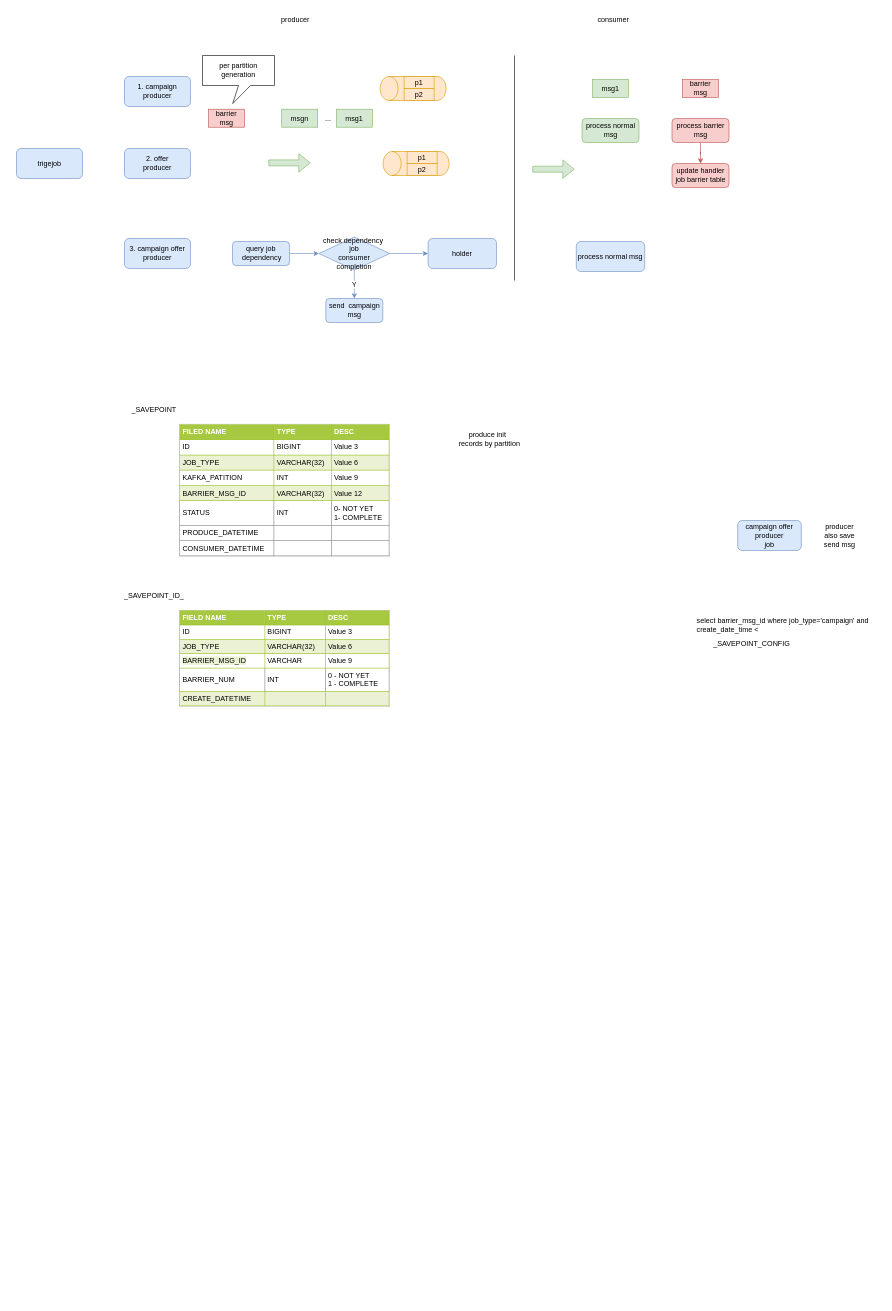
qiufang1314/drawio keeps this draw.io diagram as techlab/handler dependency.drawio. Above is the earlier version. Source tidied: cells renumbered, new cells numbered last; positions are measured from the earlier drawing's top-left corner, leaving out a move shared by most shapes. Both pictures are drawn from the tidied source at 60%, with x=0, y=0 at pixel (16, 10).
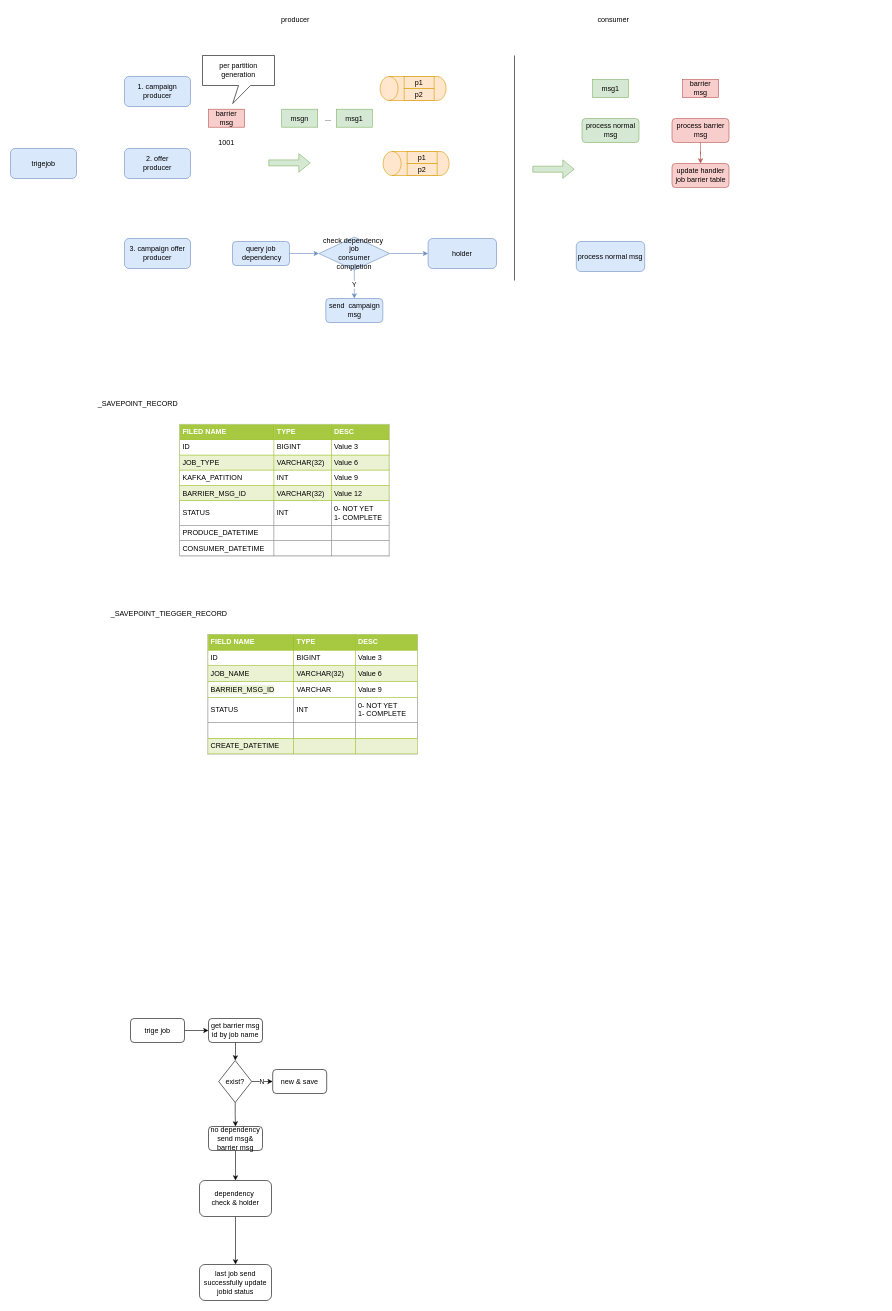
The same page after the edit.

Diff of the diagram source:
```diff
@@
-<mxGraphModel>
+<mxGraphModel background="#FFFFFF">
@@
-    <mxCell id="33" value="_SAVEPOINT_CONFIG" style="text;html=1;strokeColor=none;fillColor=none;align=center;verticalAlign=middle;whiteSpace=wrap;rounded=0;" parent="1" vertex="1">
-      <mxGeometry x="1118" y="1040" width="215" height="30" as="geometry" />
-    </mxCell>
@@
-    <mxCell id="35" value="&lt;table border=&quot;1&quot; width=&quot;100%&quot; height=&quot;100%&quot; cellpadding=&quot;4&quot; style=&quot;width:100%;height:100%;border-collapse:collapse;&quot;&gt;&lt;tbody&gt;&lt;tr style=&quot;background-color:#A7C942;color:#ffffff;border:1px solid #98bf21;&quot;&gt;&lt;th align=&quot;left&quot;&gt;FIELD NAME&lt;/th&gt;&lt;th align=&quot;left&quot;&gt;TYPE&lt;/th&gt;&lt;th align=&quot;left&quot;&gt;DESC&lt;/th&gt;&lt;/tr&gt;&lt;tr style=&quot;border:1px solid #98bf21;&quot;&gt;&lt;td&gt;ID&lt;/td&gt;&lt;td&gt;BIGINT&lt;/td&gt;&lt;td&gt;Value 3&lt;/td&gt;&lt;/tr&gt;&lt;tr style=&quot;background-color:#EAF2D3;border:1px solid #98bf21;&quot;&gt;&lt;td&gt;JOB_TYPE&lt;/td&gt;&lt;td&gt;VARCHAR(32)&lt;/td&gt;&lt;td&gt;Value 6&lt;/td&gt;&lt;/tr&gt;&lt;tr style=&quot;border:1px solid #98bf21;&quot;&gt;&lt;td&gt;&lt;span style=&quot;background-color: rgb(234, 242, 211);&quot;&gt;BARRIER_MSG_ID&lt;/span&gt;&lt;/td&gt;&lt;td&gt;VARCHAR&lt;/td&gt;&lt;td&gt;Value 9&lt;/td&gt;&lt;/tr&gt;&lt;tr&gt;&lt;td&gt;BARRIER_NUM&lt;/td&gt;&lt;td&gt;INT&lt;/td&gt;&lt;td&gt;0 - NOT YET&lt;br&gt;1 - COMPLETE&lt;/td&gt;&lt;/tr&gt;&lt;tr style=&quot;background-color:#EAF2D3;border:1px solid #98bf21;&quot;&gt;&lt;td&gt;CREATE_DATETIME&lt;/td&gt;&lt;td&gt;&lt;br&gt;&lt;/td&gt;&lt;td&gt;&lt;br&gt;&lt;/td&gt;&lt;/tr&gt;&lt;/tbody&gt;&lt;/table&gt;" style="text;html=1;strokeColor=#c0c0c0;fillColor=#ffffff;overflow=fill;rounded=0;" parent="1" vertex="1">
-      <mxGeometry x="272" y="1000" width="350" height="160" as="geometry" />
+    <mxCell id="35" value="&lt;table border=&quot;1&quot; width=&quot;100%&quot; height=&quot;100%&quot; cellpadding=&quot;4&quot; style=&quot;width:100%;height:100%;border-collapse:collapse;&quot;&gt;&lt;tbody&gt;&lt;tr style=&quot;background-color:#A7C942;color:#ffffff;border:1px solid #98bf21;&quot;&gt;&lt;th align=&quot;left&quot;&gt;FIELD NAME&lt;/th&gt;&lt;th align=&quot;left&quot;&gt;TYPE&lt;/th&gt;&lt;th align=&quot;left&quot;&gt;DESC&lt;/th&gt;&lt;/tr&gt;&lt;tr style=&quot;border:1px solid #98bf21;&quot;&gt;&lt;td&gt;ID&lt;/td&gt;&lt;td&gt;BIGINT&lt;/td&gt;&lt;td&gt;Value 3&lt;/td&gt;&lt;/tr&gt;&lt;tr style=&quot;background-color:#EAF2D3;border:1px solid #98bf21;&quot;&gt;&lt;td&gt;JOB_NAME&lt;/td&gt;&lt;td&gt;VARCHAR(32)&lt;/td&gt;&lt;td&gt;Value 6&lt;/td&gt;&lt;/tr&gt;&lt;tr style=&quot;border:1px solid #98bf21;&quot;&gt;&lt;td&gt;&lt;span style=&quot;background-color: rgb(234, 242, 211);&quot;&gt;BARRIER_MSG_ID&lt;/span&gt;&lt;/td&gt;&lt;td&gt;VARCHAR&lt;/td&gt;&lt;td&gt;Value 9&lt;/td&gt;&lt;/tr&gt;&lt;tr&gt;&lt;td&gt;STATUS&lt;br&gt;&lt;/td&gt;&lt;td&gt;INT&lt;/td&gt;&lt;td&gt;0- NOT YET&lt;br&gt;1- COMPLETE&lt;br&gt;&lt;/td&gt;&lt;/tr&gt;&lt;tr&gt;&lt;td&gt;&lt;br&gt;&lt;/td&gt;&lt;td&gt;&lt;/td&gt;&lt;td&gt;&lt;br&gt;&lt;/td&gt;&lt;/tr&gt;&lt;tr style=&quot;background-color:#EAF2D3;border:1px solid #98bf21;&quot;&gt;&lt;td&gt;CREATE_DATETIME&lt;/td&gt;&lt;td&gt;&lt;br&gt;&lt;/td&gt;&lt;td&gt;&lt;br&gt;&lt;/td&gt;&lt;/tr&gt;&lt;/tbody&gt;&lt;/table&gt;" style="text;html=1;strokeColor=#c0c0c0;fillColor=#ffffff;overflow=fill;rounded=0;" parent="1" vertex="1">
+      <mxGeometry x="318.5" y="1040" width="350" height="200" as="geometry" />
     </mxCell>
@@
-    <mxCell id="38" value="_SAVEPOINT" style="text;html=1;strokeColor=none;fillColor=none;align=center;verticalAlign=middle;whiteSpace=wrap;rounded=0;" parent="1" vertex="1">
-      <mxGeometry x="122" y="650.5" width="215" height="30" as="geometry" />
+    <mxCell id="38" value="_SAVEPOINT_RECORD" style="text;html=1;strokeColor=none;fillColor=none;align=center;verticalAlign=middle;whiteSpace=wrap;rounded=0;" parent="1" vertex="1">
+      <mxGeometry x="95" y="640" width="215" height="30" as="geometry" />
     </mxCell>
-    <mxCell id="39" value="select barrier_msg_id where job_type='campaign' and create_date_time &amp;lt;&amp;nbsp;" style="text;html=1;strokeColor=none;fillColor=none;align=left;verticalAlign=middle;whiteSpace=wrap;rounded=0;" parent="1" vertex="1">
-      <mxGeometry x="1132" y="1010" width="310" height="30" as="geometry" />
-    </mxCell>
-    <mxCell id="40" value="campaign offer&lt;br&gt;producer&lt;br&gt;job" style="rounded=1;whiteSpace=wrap;html=1;fillColor=#dae8fc;strokeColor=#6c8ebf;" parent="1" vertex="1">
-      <mxGeometry x="1202" y="850" width="106" height="50" as="geometry" />
-    </mxCell>
-    <mxCell id="41" value="producer also save send msg" style="text;html=1;strokeColor=none;fillColor=none;align=center;verticalAlign=middle;whiteSpace=wrap;rounded=0;" parent="1" vertex="1">
-      <mxGeometry x="1342" y="860" width="60" height="30" as="geometry" />
-    </mxCell>
     <mxCell id="42" value="trigejob" style="rounded=1;whiteSpace=wrap;html=1;fillColor=#dae8fc;strokeColor=#6c8ebf;" parent="1" vertex="1">
-      <mxGeometry y="230" width="110" height="50" as="geometry" />
+      <mxGeometry x="-10" y="230" width="110" height="50" as="geometry" />
     </mxCell>
-    <mxCell id="43" value="produce init &amp;nbsp;&lt;br&gt;records by partition" style="text;html=1;strokeColor=none;fillColor=none;align=center;verticalAlign=middle;whiteSpace=wrap;rounded=0;" parent="1" vertex="1">
-      <mxGeometry x="681" y="700" width="215" height="30" as="geometry" />
-    </mxCell>
-    <mxCell id="44" value="_SAVEPOINT_ID_" style="text;html=1;strokeColor=none;fillColor=none;align=center;verticalAlign=middle;whiteSpace=wrap;rounded=0;" parent="1" vertex="1">
-      <mxGeometry x="122" y="960" width="215" height="30" as="geometry" />
+    <mxCell id="44" value="_SAVEPOINT_TIEGGER_RECORD" style="text;html=1;strokeColor=none;fillColor=none;align=center;verticalAlign=middle;whiteSpace=wrap;rounded=0;" parent="1" vertex="1">
+      <mxGeometry x="146.5" y="990" width="215" height="30" as="geometry" />
     </mxCell>
+    <mxCell id="45" value="1001" style="text;html=1;strokeColor=none;fillColor=none;align=center;verticalAlign=middle;whiteSpace=wrap;rounded=0;" parent="1" vertex="1">
+      <mxGeometry x="320" y="205" width="60" height="30" as="geometry" />
+    </mxCell>
+    <mxCell id="46" style="edgeStyle=orthogonalEdgeStyle;rounded=0;jettySize=auto;html=1;" parent="1" edge="1" source="47" target="49">
+      <mxGeometry relative="1" as="geometry" />
+    </mxCell>
+    <mxCell id="47" value="trige job" style="rounded=1;whiteSpace=wrap;html=1;" parent="1" vertex="1">
+      <mxGeometry x="190" y="1680" width="90" height="40" as="geometry" />
+    </mxCell>
+    <mxCell id="48" style="edgeStyle=orthogonalEdgeStyle;rounded=0;jettySize=auto;html=1;" parent="1" edge="1" source="49" target="52">
+      <mxGeometry relative="1" as="geometry" />
+    </mxCell>
+    <mxCell id="49" value="get barrier msg&lt;br&gt;id by job name" style="rounded=1;whiteSpace=wrap;html=1;" parent="1" vertex="1">
+      <mxGeometry x="320" y="1680" width="90" height="40" as="geometry" />
+    </mxCell>
+    <mxCell id="50" value="N" style="edgeStyle=orthogonalEdgeStyle;rounded=0;jettySize=auto;html=1;" parent="1" edge="1" source="52" target="53">
+      <mxGeometry relative="1" as="geometry" />
+    </mxCell>
+    <mxCell id="51" style="edgeStyle=orthogonalEdgeStyle;rounded=0;jettySize=auto;html=1;" parent="1" edge="1" source="52" target="55">
+      <mxGeometry relative="1" as="geometry" />
+    </mxCell>
+    <mxCell id="52" value="exist?" style="rhombus;whiteSpace=wrap;html=1;" parent="1" vertex="1">
+      <mxGeometry x="337" y="1750" width="55" height="70" as="geometry" />
+    </mxCell>
+    <mxCell id="53" value="new &amp;amp; save" style="rounded=1;whiteSpace=wrap;html=1;" parent="1" vertex="1">
+      <mxGeometry x="427" y="1765" width="90" height="40" as="geometry" />
+    </mxCell>
+    <mxCell id="54" style="edgeStyle=orthogonalEdgeStyle;rounded=0;jettySize=auto;html=1;" parent="1" edge="1" source="55" target="57">
+      <mxGeometry relative="1" as="geometry" />
+    </mxCell>
+    <mxCell id="55" value="no dependency&lt;br&gt;send msg&amp;amp; barrier msg&lt;br&gt;" style="rounded=1;whiteSpace=wrap;html=1;" parent="1" vertex="1">
+      <mxGeometry x="320" y="1860" width="90" height="40" as="geometry" />
+    </mxCell>
+    <mxCell id="56" style="edgeStyle=orthogonalEdgeStyle;rounded=0;jettySize=auto;html=1;" parent="1" edge="1" source="57" target="58">
+      <mxGeometry relative="1" as="geometry" />
+    </mxCell>
+    <mxCell id="57" value="dependency&amp;nbsp;&lt;br&gt;check &amp;amp; holder" style="whiteSpace=wrap;html=1;rounded=1;" parent="1" vertex="1">
+      <mxGeometry x="305" y="1950" width="120" height="60" as="geometry" />
+    </mxCell>
+    <mxCell id="58" value="last job send successfully update jobid status" style="whiteSpace=wrap;html=1;rounded=1;" parent="1" vertex="1">
+      <mxGeometry x="305" y="2090" width="120" height="60" as="geometry" />
+    </mxCell>
```
